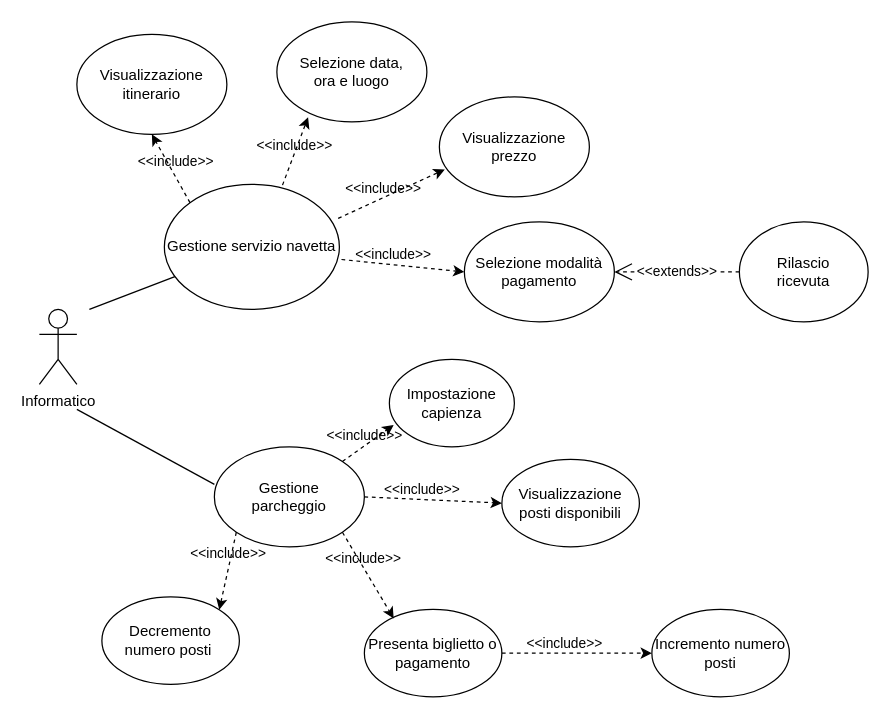
Earlier version of the draw.io diagram UseCase Diagrams/Area6.drawio (GiovanniLodari/Progetto-SI). Source tidied: cells renumbered, new cells numbered last; positions are measured from the earlier drawing's top-left corner, leaving out a move shared by most shapes. Both pictures are drawn from the tidied source at 125%, with x=0, y=0 at pixel (39, 21).
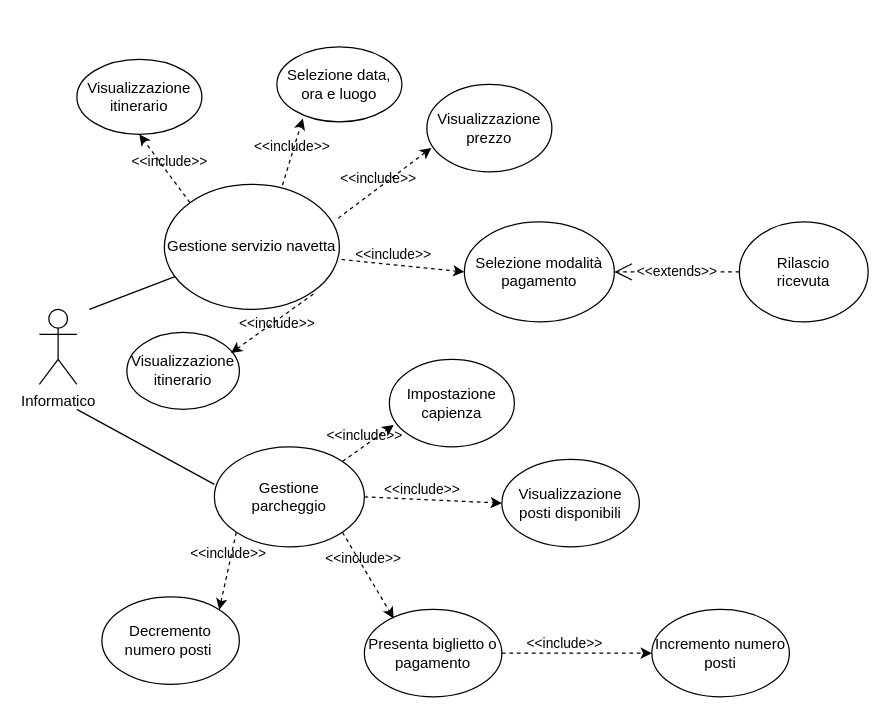
After the change.

Unchanged cells that the change refers to:
```xml
<mxCell id="3" value="Gestione servizio navetta" style="ellipse;whiteSpace=wrap;html=1;" parent="1" vertex="1">
  <mxGeometry x="100" y="130" width="140" height="100" as="geometry" />
</mxCell>
```

The edit, as a diff of the source:
```diff
@@
     <mxCell id="5" value="Selezione data, &lt;br&gt;ora e luogo" style="ellipse;whiteSpace=wrap;html=1;" parent="1" vertex="1">
-      <mxGeometry x="190" width="120" height="80" as="geometry" />
+      <mxGeometry x="190" y="20" width="100" height="60" as="geometry" />
     </mxCell>
     <mxCell id="6" value="Visualizzazione itinerario" style="ellipse;whiteSpace=wrap;html=1;" parent="1" vertex="1">
-      <mxGeometry x="30" y="10" width="120" height="80" as="geometry" />
+      <mxGeometry x="30" y="30" width="100" height="60" as="geometry" />
     </mxCell>
@@
     <mxCell id="8" value="Visualizzazione&lt;br&gt;prezzo" style="ellipse;whiteSpace=wrap;html=1;" parent="1" vertex="1">
-      <mxGeometry x="320" y="60" width="120" height="80" as="geometry" />
+      <mxGeometry x="310" y="50" width="100" height="70" as="geometry" />
     </mxCell>
@@
+    <mxCell id="27" value="Visualizzazione itinerario" style="ellipse;whiteSpace=wrap;html=1;" parent="1" vertex="1">
+      <mxGeometry x="70" y="248.4" width="90" height="61.6" as="geometry" />
+    </mxCell>
+    <mxCell id="28" value="&amp;lt;&amp;lt;include&amp;gt;&amp;gt;" style="html=1;verticalAlign=bottom;labelBackgroundColor=none;endArrow=classic;endFill=1;dashed=1;rounded=0;entryX=0.925;entryY=0.269;entryDx=0;entryDy=0;entryPerimeter=0;exitX=0.852;exitY=0.877;exitDx=0;exitDy=0;exitPerimeter=0;" parent="1" edge="1" source="3" target="27">
+      <mxGeometry x="0.05" y="9" relative="1" as="geometry" />
+    </mxCell>
```
